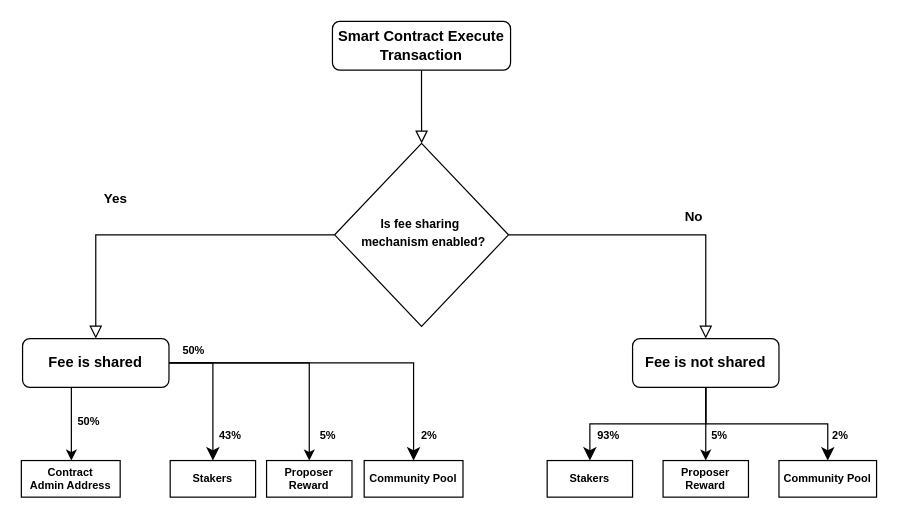
Above: contract incentives via fee.drawio in CamelJuno/diagrams (draw.io), before the change. Source tidied: cells renumbered, new cells numbered last; positions are measured from the earlier drawing's top-left corner, leaving out a move shared by most shapes. Both pictures are drawn from the tidied source at 122%, with x=0, y=0 at pixel (21, 21).
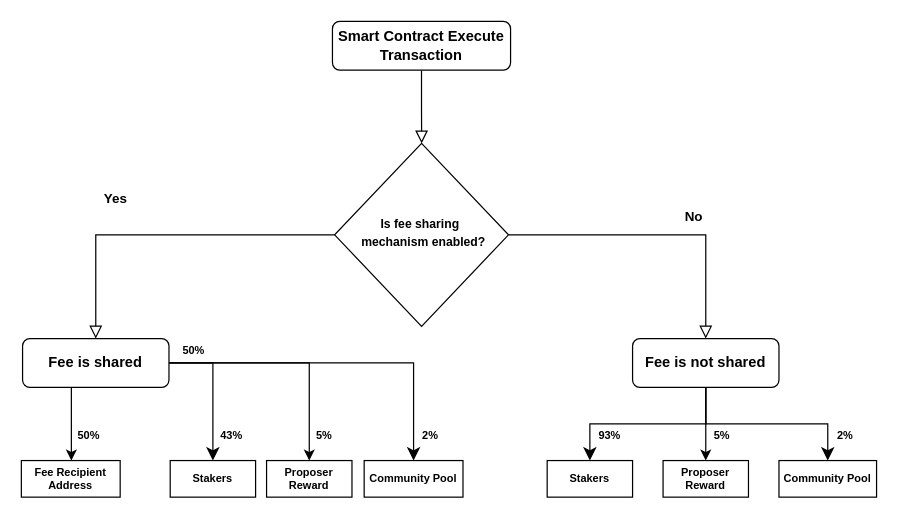
Above is the later version.

The edit, as a diff of the source:
```diff
@@
     <mxCell id="20" value="&lt;b&gt;2%&lt;/b&gt;" style="text;html=1;align=center;verticalAlign=middle;strokeColor=none;fillColor=none;fontSize=9;" parent="1" vertex="1">
-      <mxGeometry x="651" y="330" width="40" height="20" as="geometry" />
+      <mxGeometry x="655" y="330" width="40" height="20" as="geometry" />
     </mxCell>
     <mxCell id="21" value="&lt;b&gt;93%&lt;/b&gt;" style="text;html=1;align=center;verticalAlign=middle;strokeColor=none;fillColor=none;fontSize=9;" parent="1" vertex="1">
-      <mxGeometry x="461" y="330" width="40" height="20" as="geometry" />
+      <mxGeometry x="462" y="330" width="40" height="20" as="geometry" />
     </mxCell>
     <mxCell id="22" value="&lt;b&gt;2%&lt;/b&gt;" style="text;html=1;align=center;verticalAlign=middle;strokeColor=none;fillColor=none;fontSize=9;" parent="1" vertex="1">
-      <mxGeometry x="314" y="330" width="40" height="20" as="geometry" />
+      <mxGeometry x="315" y="330" width="40" height="20" as="geometry" />
     </mxCell>
     <mxCell id="23" value="&lt;b&gt;43%&lt;/b&gt;" style="text;html=1;align=center;verticalAlign=middle;strokeColor=none;fillColor=none;fontSize=9;" parent="1" vertex="1">
-      <mxGeometry x="151" y="330" width="40" height="20" as="geometry" />
+      <mxGeometry x="152" y="330" width="40" height="20" as="geometry" />
     </mxCell>
@@
     <mxCell id="25" value="&lt;b&gt;50%&lt;/b&gt;" style="text;html=1;align=center;verticalAlign=middle;strokeColor=none;fillColor=none;fontSize=9;" parent="1" vertex="1">
-      <mxGeometry x="35" y="318" width="40" height="20" as="geometry" />
+      <mxGeometry x="35" y="330" width="40" height="20" as="geometry" />
     </mxCell>
@@
     <mxCell id="27" value="&lt;b&gt;5%&lt;/b&gt;" style="text;html=1;align=center;verticalAlign=middle;strokeColor=none;fillColor=none;fontSize=9;" parent="1" vertex="1">
-      <mxGeometry x="552" y="330" width="40" height="20" as="geometry" />
+      <mxGeometry x="554" y="330" width="40" height="20" as="geometry" />
     </mxCell>
@@
     <mxCell id="29" value="&lt;b&gt;5%&lt;/b&gt;" style="text;html=1;align=center;verticalAlign=middle;strokeColor=none;fillColor=none;fontSize=9;" parent="1" vertex="1">
-      <mxGeometry x="231" y="330" width="40" height="20" as="geometry" />
+      <mxGeometry x="228" y="330" width="40" height="20" as="geometry" />
     </mxCell>
-    <mxCell id="30" value="&lt;b&gt;Contract&lt;br&gt;Admin Address&lt;br&gt;&lt;/b&gt;" style="rounded=1;whiteSpace=wrap;html=1;fontSize=9;arcSize=0;" parent="1" vertex="1">
+    <mxCell id="30" value="&lt;b&gt;Fee Recipient&lt;br&gt;Address&lt;br&gt;&lt;/b&gt;" style="rounded=1;whiteSpace=wrap;html=1;fontSize=9;arcSize=0;" parent="1" vertex="1">
       <mxGeometry y="360" width="81" height="30" as="geometry" />
     </mxCell>
```
